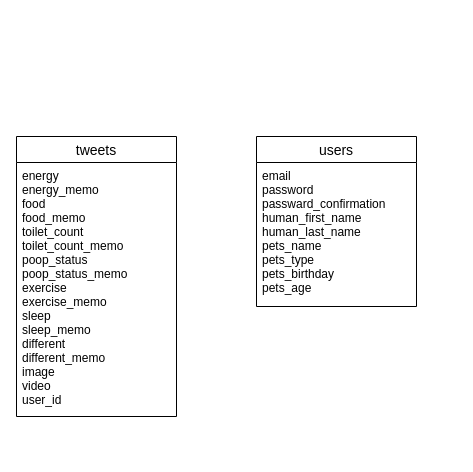
Above: app.dio in hidapen/animal_health_care (draw.io), before the change. Source tidied: cells renumbered, new cells numbered last; positions are measured from the earlier drawing's top-left corner, leaving out a move shared by most shapes. Both pictures are drawn from the tidied source at 100%, with x=0, y=0 at pixel (16, 136).
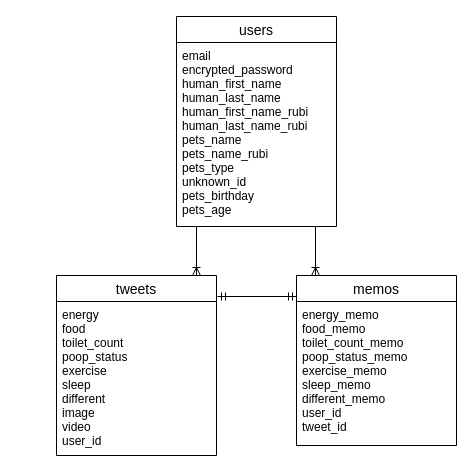
Above is the later version.

The edit, as a diff of the source:
```diff
@@
 <mxGraphModel>
   <root>
     <mxCell id="0" />
     <mxCell id="1" parent="0" />
     <mxCell id="2" value="tweets" style="swimlane;fontStyle=0;horizontal=1;startSize=26;align=center;fontSize=14;" parent="1" vertex="1">
-      <mxGeometry width="160" height="280" as="geometry" />
+      <mxGeometry x="40" y="139" width="160" height="180" as="geometry" />
     </mxCell>
-    <mxCell id="3" value="energy&#10;energy_memo&#10;food&#10;food_memo&#10;toilet_count&#10;toilet_count_memo&#10;poop_status&#10;poop_status_memo&#10;exercise&#10;exercise_memo&#10;sleep&#10;sleep_memo&#10;different&#10;different_memo&#10;image&#10;video&#10;user_id" style="text;strokeColor=none;fillColor=none;spacingLeft=4;spacingRight=4;overflow=hidden;fontSize=12;" parent="2" vertex="1">
-      <mxGeometry y="26" width="160" height="254" as="geometry" />
+    <mxCell id="3" value="energy&#10;food&#10;toilet_count&#10;poop_status&#10;exercise&#10;sleep&#10;different&#10;image&#10;video&#10;user_id" style="text;strokeColor=none;fillColor=none;spacingLeft=4;spacingRight=4;overflow=hidden;fontSize=12;" parent="2" vertex="1">
+      <mxGeometry y="26" width="160" height="154" as="geometry" />
     </mxCell>
     <mxCell id="4" value="users" style="swimlane;fontStyle=0;horizontal=1;startSize=26;align=center;fontSize=14;" parent="1" vertex="1">
-      <mxGeometry x="240" width="160" height="170" as="geometry" />
+      <mxGeometry x="160" y="-120" width="160" height="210" as="geometry" />
     </mxCell>
-    <mxCell id="5" value="email&#10;password&#10;passward_confirmation&#10;human_first_name&#10;human_last_name&#10;pets_name&#10;pets_type&#10;pets_birthday&#10;pets_age" style="text;strokeColor=none;fillColor=none;spacingLeft=4;spacingRight=4;overflow=hidden;fontSize=12;" parent="4" vertex="1">
-      <mxGeometry y="26" width="160" height="144" as="geometry" />
+    <mxCell id="5" value="email&#10;encrypted_password&#10;human_first_name&#10;human_last_name&#10;human_first_name_rubi&#10;human_last_name_rubi&#10;pets_name&#10;pets_name_rubi&#10;pets_type&#10;unknown_id&#10;pets_birthday&#10;pets_age" style="text;strokeColor=none;fillColor=none;spacingLeft=4;spacingRight=4;overflow=hidden;fontSize=12;" parent="4" vertex="1">
+      <mxGeometry y="26" width="160" height="184" as="geometry" />
     </mxCell>
+    <mxCell id="6" value="memos" style="swimlane;fontStyle=0;horizontal=1;startSize=26;align=center;fontSize=14;" parent="1" vertex="1">
+      <mxGeometry x="280" y="139" width="160" height="170" as="geometry" />
+    </mxCell>
+    <mxCell id="7" value="energy_memo&#10;food_memo&#10;toilet_count_memo&#10;poop_status_memo&#10;exercise_memo&#10;sleep_memo&#10;different_memo&#10;user_id&#10;tweet_id" style="text;strokeColor=none;fillColor=none;spacingLeft=4;spacingRight=4;overflow=hidden;fontSize=12;" parent="6" vertex="1">
+      <mxGeometry y="26" width="160" height="144" as="geometry" />
+    </mxCell>
+    <mxCell id="8" style="fontSize=12;html=1;endArrow=ERoneToMany;" parent="1" edge="1">
+      <mxGeometry relative="1" as="geometry">
+        <mxPoint x="180" y="90" as="sourcePoint" />
+        <mxPoint x="180" y="139" as="targetPoint" />
+      </mxGeometry>
+    </mxCell>
+    <mxCell id="9" style="fontSize=12;html=1;endArrow=ERmandOne;startArrow=ERmandOne;entryX=0.006;entryY=0.175;entryDx=0;entryDy=0;entryPerimeter=0;" parent="1" edge="1">
+      <mxGeometry relative="1" as="geometry">
+        <mxPoint x="201" y="160" as="sourcePoint" />
+        <mxPoint x="280" y="160" as="targetPoint" />
+      </mxGeometry>
+    </mxCell>
+    <mxCell id="10" style="fontSize=12;html=1;endArrow=ERoneToMany;" parent="1" edge="1">
+      <mxGeometry relative="1" as="geometry">
+        <mxPoint x="299" y="90" as="sourcePoint" />
+        <mxPoint x="299" y="139" as="targetPoint" />
+      </mxGeometry>
+    </mxCell>
   </root>
 </mxGraphModel>
```
